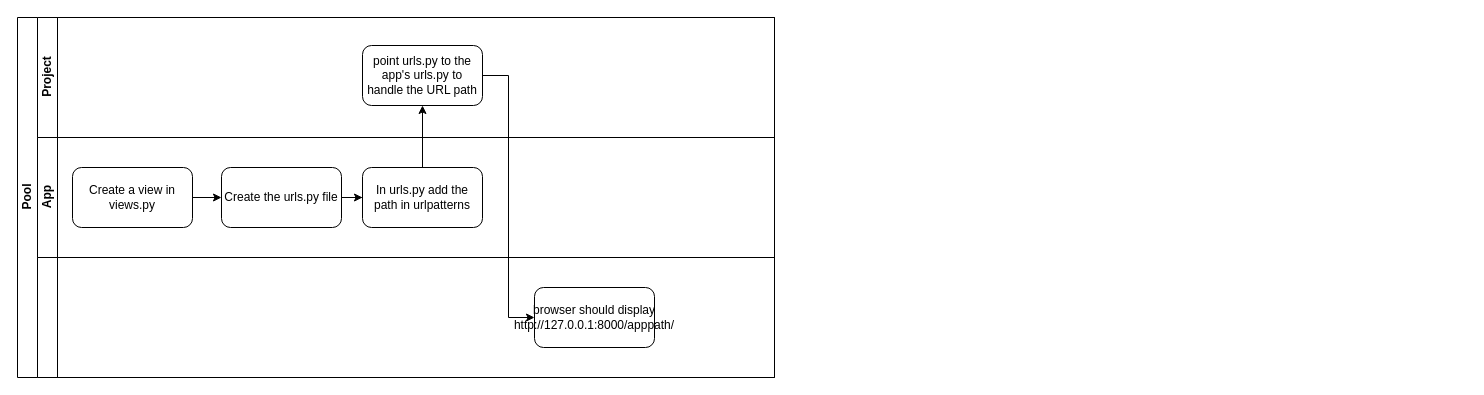
Above: Untitled Diagram.drawio in jebsmartt/first-django-project (draw.io), before the change. Source tidied: cells renumbered, new cells numbered last; positions are measured from the earlier drawing's top-left corner, leaving out a move shared by most shapes. Both pictures are drawn from the tidied source at 100%, with x=0, y=0 at pixel (17, 17).
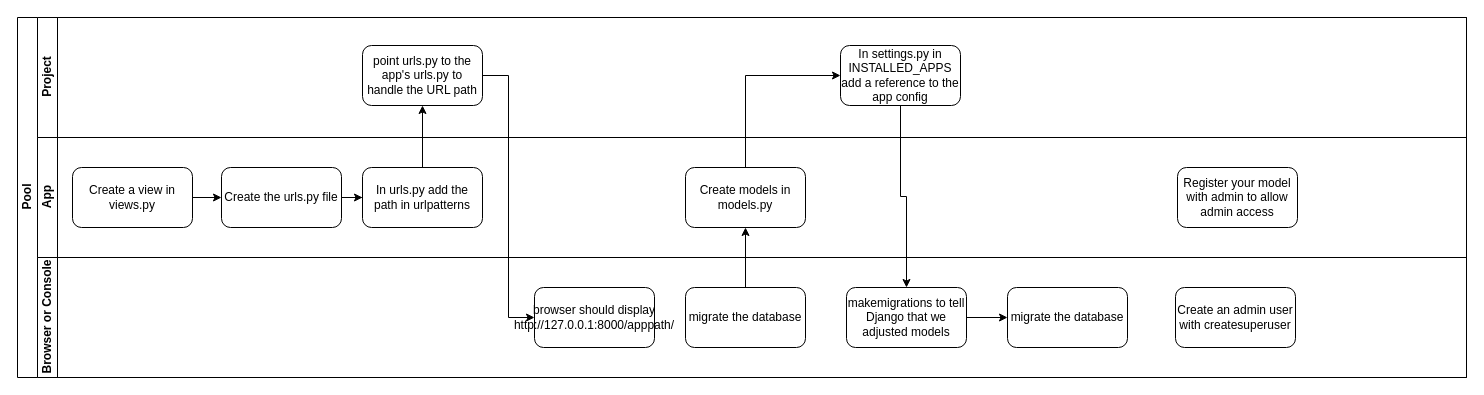
The same page after the edit.

Commit message:
Through part 2 of instructions

What changed in the source:
```diff
@@
     <mxCell id="3" value="Pool" style="swimlane;horizontal=0;startSize=20;html=1;" parent="1" vertex="1">
-      <mxGeometry width="757" height="360" as="geometry" />
+      <mxGeometry width="1449" height="360" as="geometry" />
     </mxCell>
     <mxCell id="4" value="&lt;div&gt;Project&lt;/div&gt;" style="swimlane;startSize=20;horizontal=0;html=1;" parent="3" vertex="1">
-      <mxGeometry x="20" width="737" height="120" as="geometry" />
+      <mxGeometry x="20" width="1429" height="120" as="geometry" />
     </mxCell>
@@
+    <mxCell id="18" value="In settings.py in INSTALLED_APPS add a reference to the app config" style="rounded=1;whiteSpace=wrap;html=1;" parent="4" vertex="1">
+      <mxGeometry x="803" y="28" width="120" height="60" as="geometry" />
+    </mxCell>
     <mxCell id="8" value="&lt;div&gt;App&lt;/div&gt;" style="swimlane;startSize=20;horizontal=0;html=1;" parent="3" vertex="1">
-      <mxGeometry x="20" y="120" width="737" height="120" as="geometry" />
+      <mxGeometry x="20" y="120" width="1429" height="120" as="geometry" />
     </mxCell>
@@
+    <mxCell id="19" value="Register your model with admin to allow admin access" style="rounded=1;whiteSpace=wrap;html=1;" parent="8" vertex="1">
+      <mxGeometry x="1140" y="30" width="120" height="60" as="geometry" />
+    </mxCell>
+    <mxCell id="20" value="Create models in models.py" style="rounded=1;whiteSpace=wrap;html=1;" parent="8" vertex="1">
+      <mxGeometry x="648" y="30" width="120" height="60" as="geometry" />
+    </mxCell>
-    <mxCell id="14" style="swimlane;startSize=20;horizontal=0;html=1;" parent="3" vertex="1">
-      <mxGeometry x="20" y="240" width="737" height="120" as="geometry" />
+    <mxCell id="14" value="Browser or Console" style="swimlane;startSize=20;horizontal=0;html=1;" parent="3" vertex="1">
+      <mxGeometry x="20" y="240" width="1429" height="120" as="geometry" />
     </mxCell>
@@
+    <mxCell id="21" value="migrate the database" style="rounded=1;whiteSpace=wrap;html=1;" parent="14" vertex="1">
+      <mxGeometry x="648" y="30" width="120" height="60" as="geometry" />
+    </mxCell>
+    <mxCell id="22" style="edgeStyle=orthogonalEdgeStyle;rounded=0;jettySize=auto;html=1;exitX=1;exitY=0.5;exitDx=0;exitDy=0;entryX=0;entryY=0.5;entryDx=0;entryDy=0;" parent="14" edge="1" source="23" target="24">
+      <mxGeometry relative="1" as="geometry" />
+    </mxCell>
+    <mxCell id="23" value="makemigrations to tell Django that we adjusted models" style="rounded=1;whiteSpace=wrap;html=1;" parent="14" vertex="1">
+      <mxGeometry x="809" y="30" width="120" height="60" as="geometry" />
+    </mxCell>
+    <mxCell id="24" value="migrate the database" style="rounded=1;whiteSpace=wrap;html=1;" parent="14" vertex="1">
+      <mxGeometry x="970" y="30" width="120" height="60" as="geometry" />
+    </mxCell>
+    <mxCell id="25" value="Create an admin user with createsuperuser" style="rounded=1;whiteSpace=wrap;html=1;" parent="14" vertex="1">
+      <mxGeometry x="1138" y="30" width="120" height="60" as="geometry" />
+    </mxCell>
@@
+    <mxCell id="26" style="edgeStyle=orthogonalEdgeStyle;rounded=0;jettySize=auto;html=1;exitX=0.5;exitY=0;exitDx=0;exitDy=0;" parent="3" edge="1" source="21" target="20">
+      <mxGeometry relative="1" as="geometry" />
+    </mxCell>
+    <mxCell id="27" style="edgeStyle=orthogonalEdgeStyle;rounded=0;jettySize=auto;html=1;exitX=0.5;exitY=1;exitDx=0;exitDy=0;" parent="3" edge="1" source="18" target="23">
+      <mxGeometry relative="1" as="geometry" />
+    </mxCell>
+    <mxCell id="28" style="edgeStyle=orthogonalEdgeStyle;rounded=0;jettySize=auto;html=1;exitX=0.5;exitY=0;exitDx=0;exitDy=0;entryX=0;entryY=0.5;entryDx=0;entryDy=0;" parent="3" edge="1" source="20" target="18">
+      <mxGeometry relative="1" as="geometry" />
+    </mxCell>
```
